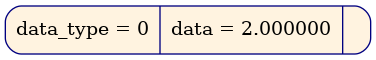
Before: diff_tree/gr_dump/diff_tree_3.dot.png, a diagram exported from Graphviz (pupach/diff_tree). Its source is kept beside it as diff_tree/gr_dump/diff_tree_3.dot. The source it was exported from:
```dot
digraph
{
node [shape = Mrecord, color  = "navy", style = "filled"];
node0x619000000ab8[label = " data_type = 0 | data = 2.000000 | ", fillcolor = "#fff3e0", rank = 0];
}
```
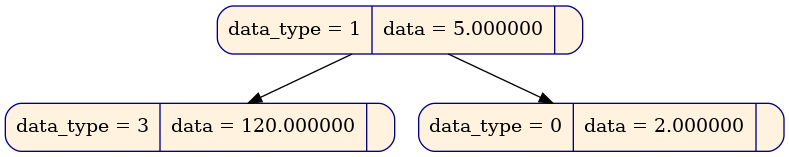
Later version of the same file.

What changed in the source:
```diff
@@ -1,5 +1,9 @@
 digraph
 {
 node [shape = Mrecord, color  = "navy", style = "filled"];
-node0x619000000ab8[label = " data_type = 0 | data = 2.000000 | ", fillcolor = "#fff3e0", rank = 0];
+node0x619000000af0[label = " data_type = 1 | data = 5.000000 | ", fillcolor = "#fff3e0", rank = 0];
+node0x619000000a80[label = " data_type = 3 | data = 120.000000 | ", fillcolor = "#fff3e0", rank = 1];
+node0x619000000ab8[label = " data_type = 0 | data = 2.000000 | ", fillcolor = "#fff3e0", rank = 1];
+node0x619000000af0 -> node0x619000000a80;
+node0x619000000af0 -> node0x619000000ab8;
 }
```
